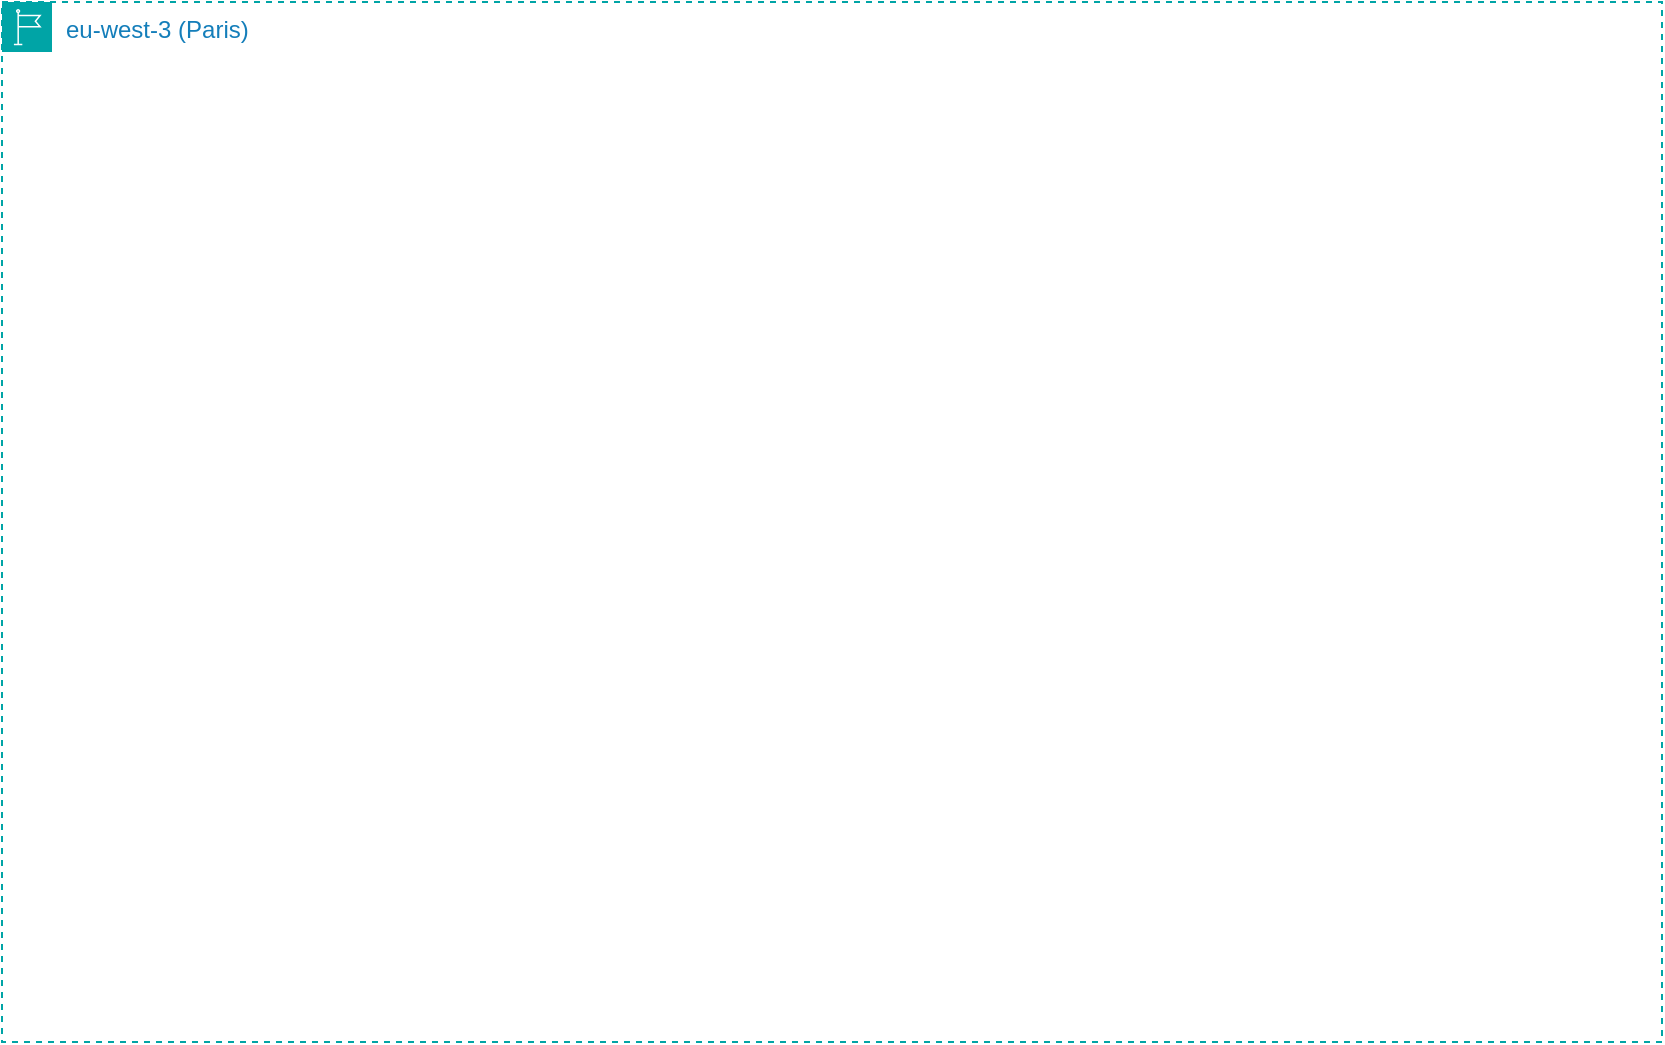
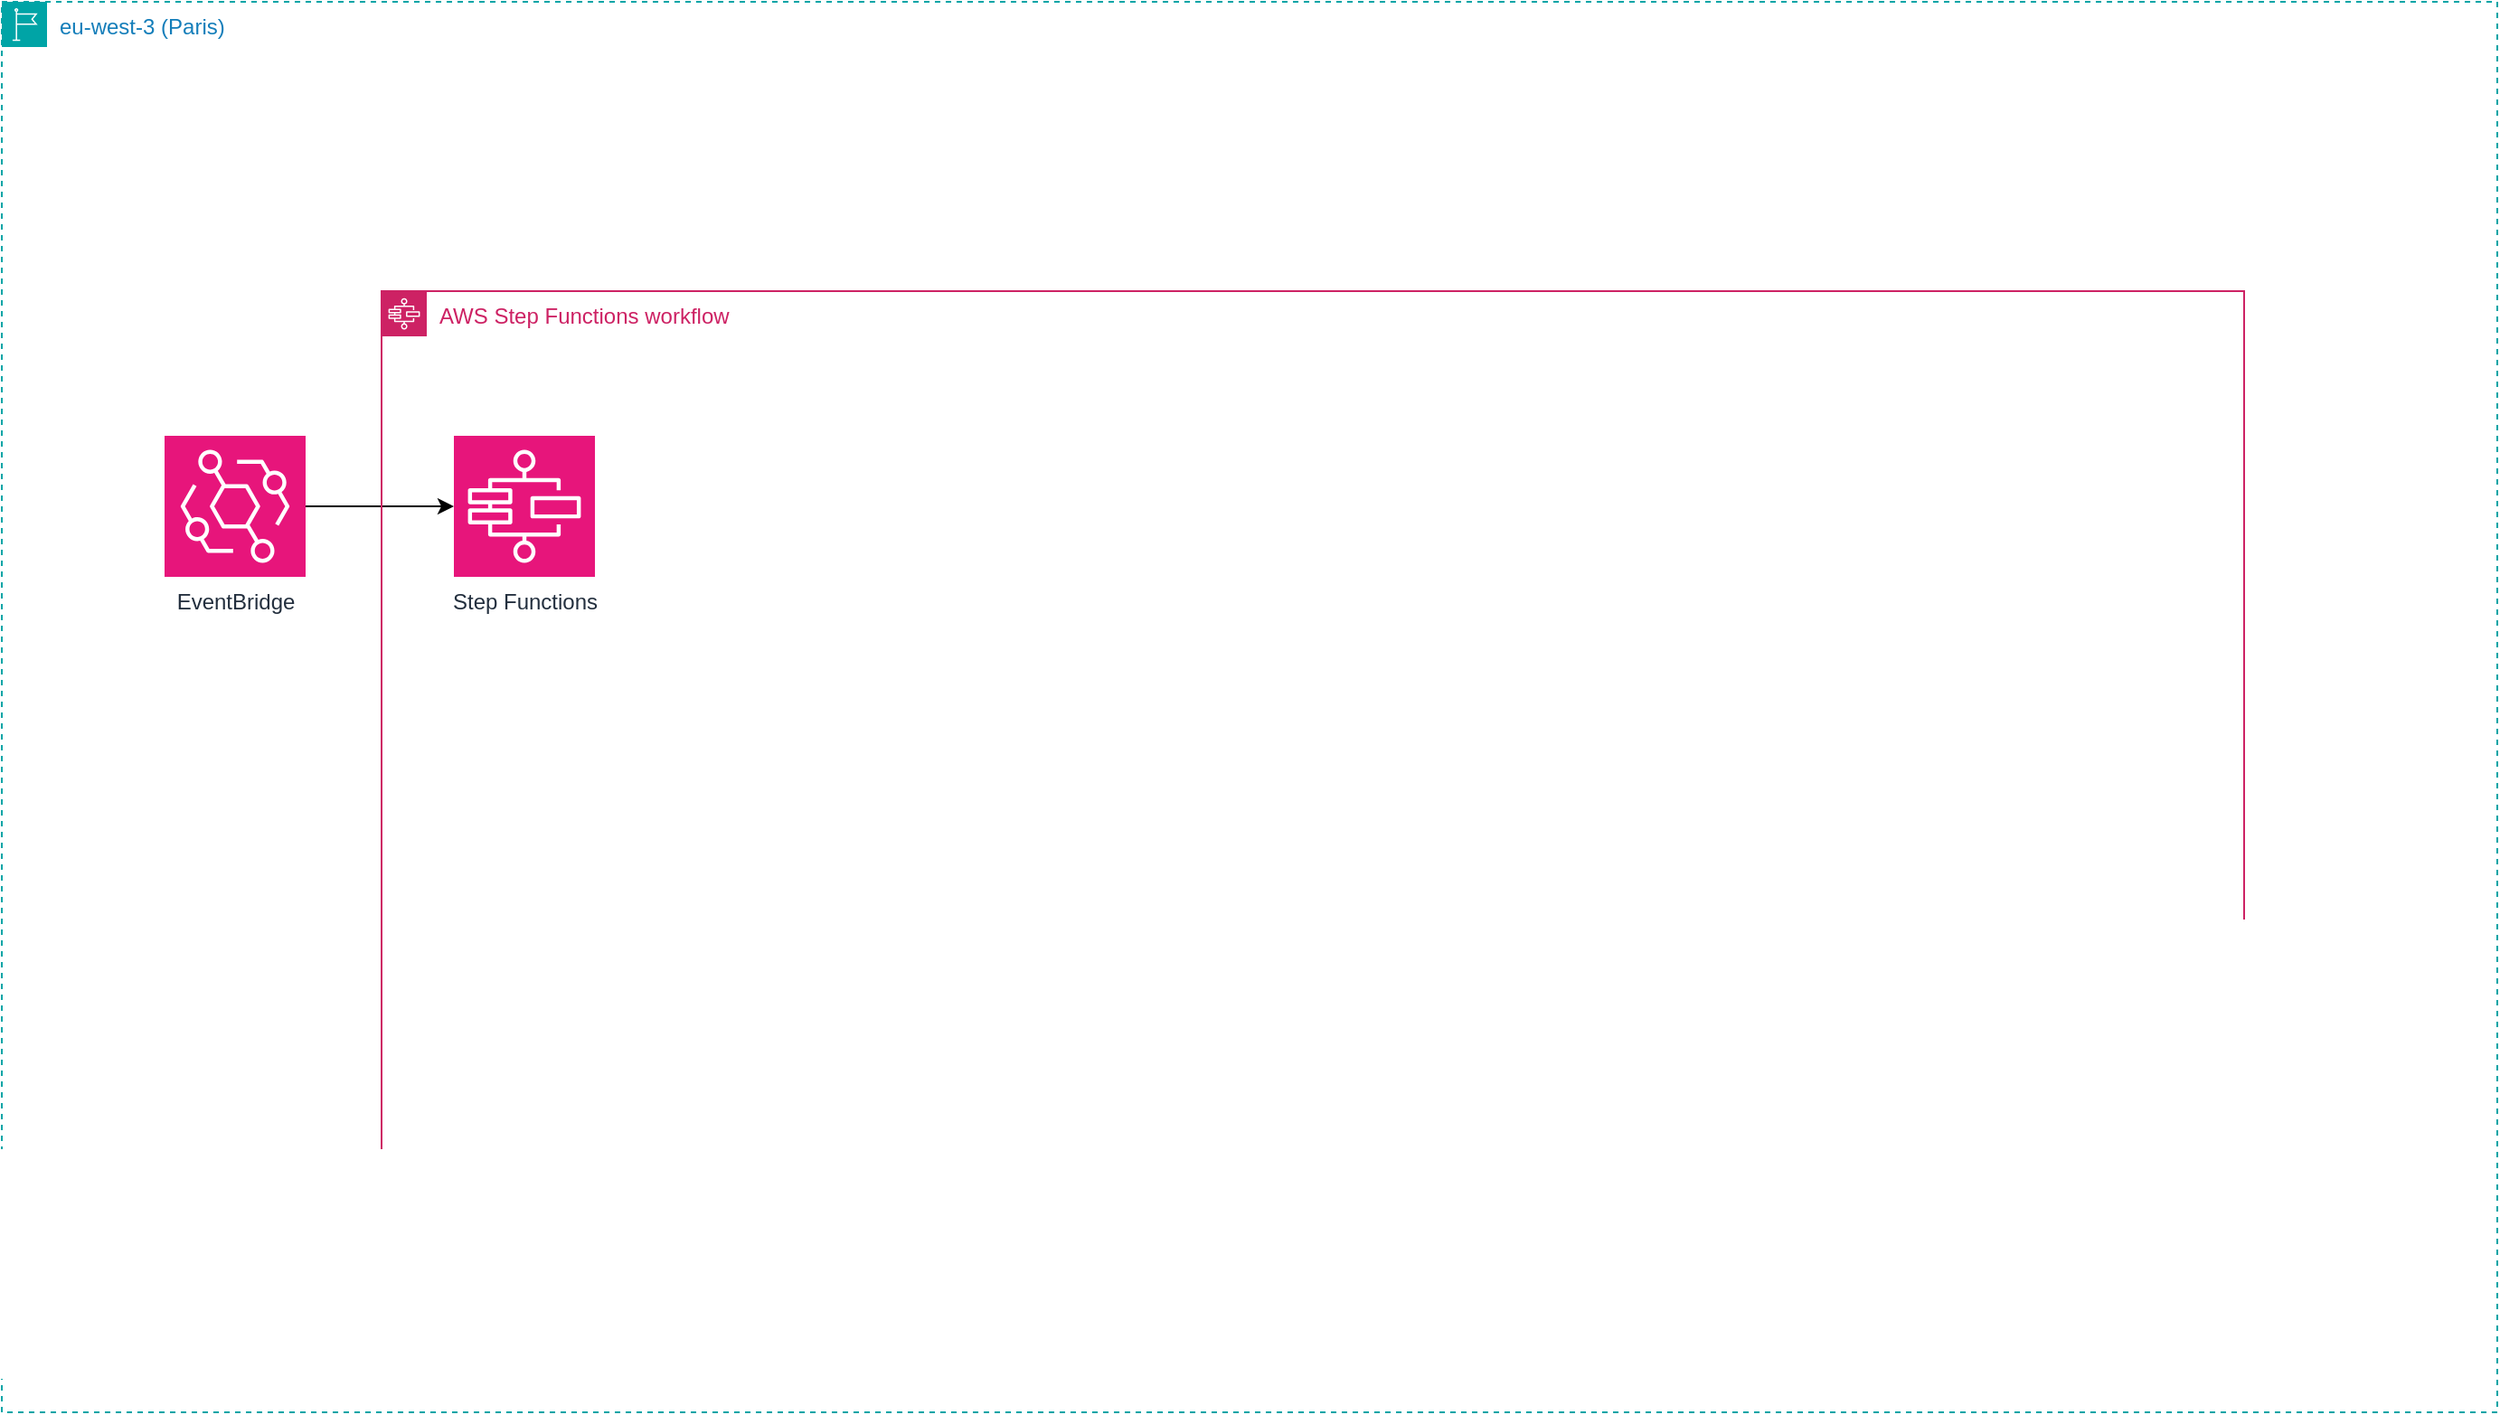
<mxfile host="app.diagrams.net">
  <diagram name="Page-1" id="mbPxZXXthhocIvZvUZax">
-     <mxGraphModel dx="1387" dy="899" grid="1" gridSize="10" guides="1" tooltips="1" connect="1" arrows="1" fold="1" page="1" pageScale="1" pageWidth="827" pageHeight="1169" math="0" shadow="0">
+     <mxGraphModel dx="2214" dy="899" grid="1" gridSize="10" guides="1" tooltips="1" connect="1" arrows="1" fold="1" page="1" pageScale="1" pageWidth="827" pageHeight="1169" math="0" shadow="0">
      <root>
        <mxCell id="0" />
        <mxCell id="1" parent="0" />
        <mxCell id="JP-vHedfdLIbHJkhREkO-1" parent="1" style="points=[[0,0],[0.25,0],[0.5,0],[0.75,0],[1,0],[1,0.25],[1,0.5],[1,0.75],[1,1],[0.75,1],[0.5,1],[0.25,1],[0,1],[0,0.75],[0,0.5],[0,0.25]];outlineConnect=0;gradientColor=none;html=1;whiteSpace=wrap;fontSize=12;fontStyle=0;container=1;pointerEvents=0;collapsible=0;recursiveResize=0;shape=mxgraph.aws4.group;grIcon=mxgraph.aws4.group_region;strokeColor=#00A4A6;fillColor=none;verticalAlign=top;align=left;spacingLeft=30;fontColor=#147EBA;dashed=1;" value="eu-west-3 (Paris)" vertex="1">
-           <mxGeometry height="520" width="830" x="160" y="210" as="geometry" />
+           <mxGeometry height="780" width="1380" x="-50" y="80" as="geometry" />
+         </mxCell>
+         <mxCell id="v0nDohsJFVGjXo0yDHMI-5" edge="1" parent="JP-vHedfdLIbHJkhREkO-1" source="v0nDohsJFVGjXo0yDHMI-1" style="edgeStyle=orthogonalEdgeStyle;rounded=0;orthogonalLoop=1;jettySize=auto;html=1;exitX=1;exitY=0.5;exitDx=0;exitDy=0;exitPerimeter=0;" target="v0nDohsJFVGjXo0yDHMI-4">
+           <mxGeometry relative="1" as="geometry" />
+         </mxCell>
+         <mxCell id="v0nDohsJFVGjXo0yDHMI-1" parent="JP-vHedfdLIbHJkhREkO-1" style="sketch=0;points=[[0,0,0],[0.25,0,0],[0.5,0,0],[0.75,0,0],[1,0,0],[0,1,0],[0.25,1,0],[0.5,1,0],[0.75,1,0],[1,1,0],[0,0.25,0],[0,0.5,0],[0,0.75,0],[1,0.25,0],[1,0.5,0],[1,0.75,0]];outlineConnect=0;fontColor=#232F3E;fillColor=#E7157B;strokeColor=#ffffff;dashed=0;verticalLabelPosition=bottom;verticalAlign=top;align=center;html=1;fontSize=12;fontStyle=0;aspect=fixed;shape=mxgraph.aws4.resourceIcon;resIcon=mxgraph.aws4.eventbridge;" value="EventBridge" vertex="1">
+           <mxGeometry height="78" width="78" x="90" y="240" as="geometry" />
+         </mxCell>
+         <mxCell id="v0nDohsJFVGjXo0yDHMI-3" parent="JP-vHedfdLIbHJkhREkO-1" style="points=[[0,0],[0.25,0],[0.5,0],[0.75,0],[1,0],[1,0.25],[1,0.5],[1,0.75],[1,1],[0.75,1],[0.5,1],[0.25,1],[0,1],[0,0.75],[0,0.5],[0,0.25]];outlineConnect=0;gradientColor=none;html=1;whiteSpace=wrap;fontSize=12;fontStyle=0;container=1;pointerEvents=0;collapsible=0;recursiveResize=0;shape=mxgraph.aws4.group;grIcon=mxgraph.aws4.group_aws_step_functions_workflow;strokeColor=#CD2264;fillColor=none;verticalAlign=top;align=left;spacingLeft=30;fontColor=#CD2264;dashed=0;" value="AWS Step Functions workflow" vertex="1">
+           <mxGeometry height="490" width="1030" x="210" y="160" as="geometry" />
+         </mxCell>
+         <mxCell id="v0nDohsJFVGjXo0yDHMI-4" parent="v0nDohsJFVGjXo0yDHMI-3" style="sketch=0;points=[[0,0,0],[0.25,0,0],[0.5,0,0],[0.75,0,0],[1,0,0],[0,1,0],[0.25,1,0],[0.5,1,0],[0.75,1,0],[1,1,0],[0,0.25,0],[0,0.5,0],[0,0.75,0],[1,0.25,0],[1,0.5,0],[1,0.75,0]];outlineConnect=0;fontColor=#232F3E;fillColor=#E7157B;strokeColor=#ffffff;dashed=0;verticalLabelPosition=bottom;verticalAlign=top;align=center;html=1;fontSize=12;fontStyle=0;aspect=fixed;shape=mxgraph.aws4.resourceIcon;resIcon=mxgraph.aws4.step_functions;" value="Step Functions" vertex="1">
+           <mxGeometry height="78" width="78" x="40" y="80" as="geometry" />
        </mxCell>
      </root>
    </mxGraphModel>
  </diagram>
</mxfile>
